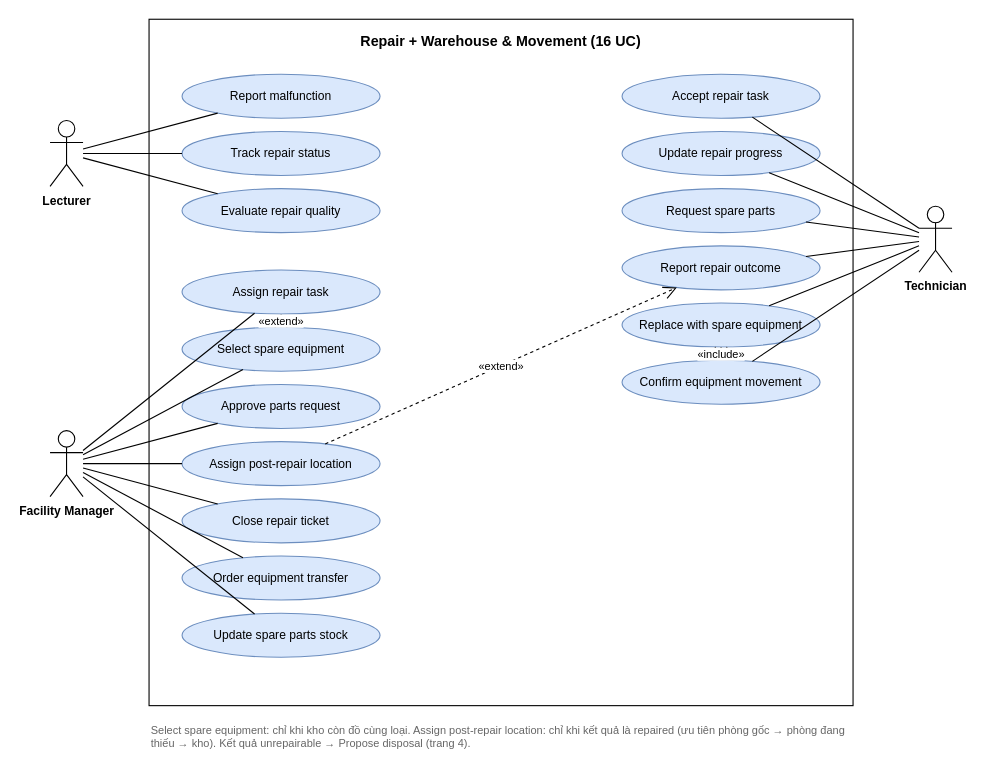
Above: page "3. Lecturer" (3 of 6) of Actor_UseCase.drawio in Hoang-124/Ruo (draw.io), before the change. Source tidied: cells renumbered, new cells numbered last; positions are measured from the earlier drawing's top-left corner, leaving out a move shared by most shapes. Both pictures are drawn from the tidied source at 110%, with x=0, y=0 at pixel (50, 19).
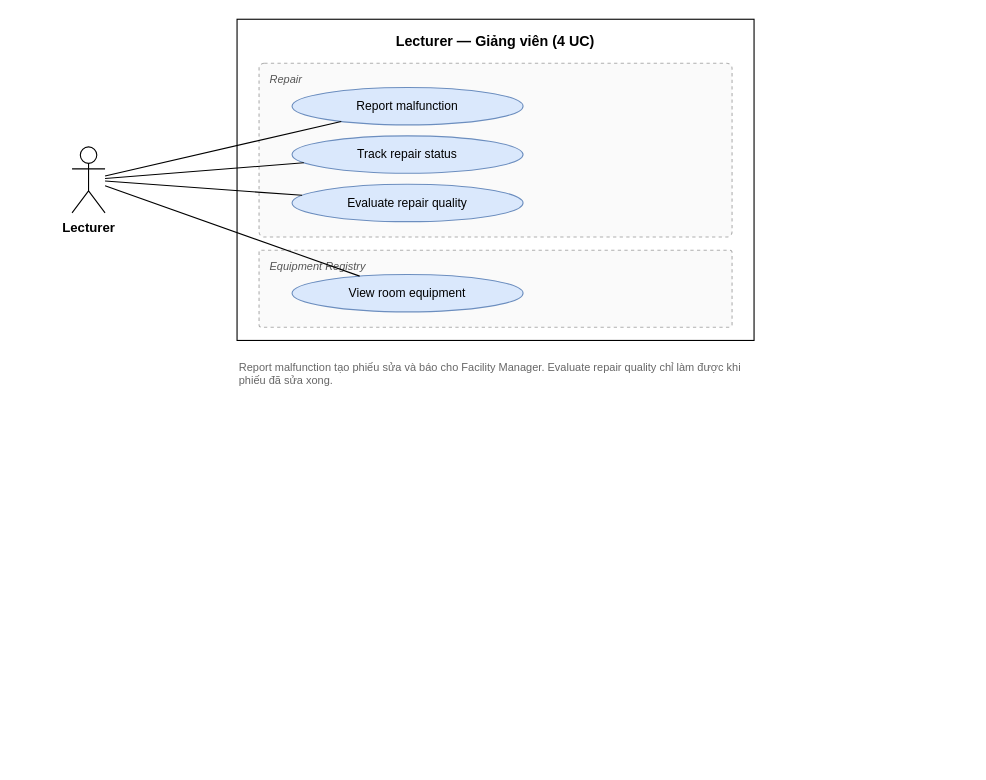
Above is the later version.

Change to the diagram source:
```diff
@@
-    <mxCell id="2" value="Repair + Warehouse &amp; Movement (16 UC)" style="rounded=0;whiteSpace=wrap;html=1;fillColor=none;verticalAlign=top;align=center;fontSize=13;fontStyle=1;spacingTop=6;" parent="1" vertex="1">
-      <mxGeometry x="90" width="640" height="624" as="geometry" />
+    <mxCell id="2" value="Lecturer — Giảng viên (4 UC)" style="rounded=0;whiteSpace=wrap;html=1;fillColor=none;verticalAlign=top;align=center;fontSize=13;fontStyle=1;spacingTop=6;" parent="1" vertex="1">
+      <mxGeometry x="170" width="470" height="292" as="geometry" />
     </mxCell>
+    <mxCell id="42" value="Repair" style="ruoFrame=1;rounded=1;arcSize=3;whiteSpace=wrap;html=1;dashed=1;fillColor=#fafafa;strokeColor=#b0b0b0;verticalAlign=top;align=left;spacingLeft=8;spacingTop=2;fontSize=10;fontStyle=2;fontColor=#555555;" parent="1" vertex="1">
+      <mxGeometry x="190" y="40" width="430" height="158" as="geometry" />
+    </mxCell>
+    <mxCell id="43" value="Equipment Registry" style="ruoFrame=1;rounded=1;arcSize=3;whiteSpace=wrap;html=1;dashed=1;fillColor=#fafafa;strokeColor=#b0b0b0;verticalAlign=top;align=left;spacingLeft=8;spacingTop=2;fontSize=10;fontStyle=2;fontColor=#555555;" parent="1" vertex="1">
+      <mxGeometry x="190" y="210" width="430" height="70" as="geometry" />
+    </mxCell>
     <mxCell id="3" value="Report malfunction" style="ellipse;whiteSpace=wrap;html=1;fontSize=11;fillColor=#dae8fc;strokeColor=#6c8ebf;" parent="1" vertex="1">
-      <mxGeometry x="120" y="50" width="180" height="40" as="geometry" />
+      <mxGeometry x="220" y="62" width="210" height="34" as="geometry" />
     </mxCell>
     <mxCell id="4" value="Track repair status" style="ellipse;whiteSpace=wrap;html=1;fontSize=11;fillColor=#dae8fc;strokeColor=#6c8ebf;" parent="1" vertex="1">
-      <mxGeometry x="120" y="102" width="180" height="40" as="geometry" />
+      <mxGeometry x="220" y="106" width="210" height="34" as="geometry" />
     </mxCell>
     <mxCell id="5" value="Evaluate repair quality" style="ellipse;whiteSpace=wrap;html=1;fontSize=11;fillColor=#dae8fc;strokeColor=#6c8ebf;" parent="1" vertex="1">
-      <mxGeometry x="120" y="154" width="180" height="40" as="geometry" />
+      <mxGeometry x="220" y="150" width="210" height="34" as="geometry" />
     </mxCell>
+    <mxCell id="21" value="View room equipment" style="ellipse;whiteSpace=wrap;html=1;fontSize=11;fillColor=#dae8fc;strokeColor=#6c8ebf;" parent="1" vertex="1">
+      <mxGeometry x="220" y="232" width="210" height="34" as="geometry" />
+    </mxCell>
-    <mxCell id="6" value="Lecturer" style="shape=umlActor;verticalLabelPosition=bottom;verticalAlign=top;html=1;outlineConnect=0;fontSize=11;fontStyle=1;" parent="1" vertex="1">
-      <mxGeometry y="92" width="30" height="60" as="geometry" />
+    <mxCell id="6" value="Lecturer" style="shape=umlActor;verticalLabelPosition=bottom;verticalAlign=top;html=1;outlineConnect=0;fontSize=12;fontStyle=1;" parent="1" vertex="1">
+      <mxGeometry x="20" y="116" width="30" height="60" as="geometry" />
     </mxCell>
@@
-    <mxCell id="10" value="Assign repair task" style="ellipse;whiteSpace=wrap;html=1;fontSize=11;fillColor=#dae8fc;strokeColor=#6c8ebf;" parent="1" vertex="1">
-      <mxGeometry x="120" y="228" width="180" height="40" as="geometry" />
-    </mxCell>
-    <mxCell id="11" value="Select spare equipment" style="ellipse;whiteSpace=wrap;html=1;fontSize=11;fillColor=#dae8fc;strokeColor=#6c8ebf;" parent="1" vertex="1">
-      <mxGeometry x="120" y="280" width="180" height="40" as="geometry" />
-    </mxCell>
-    <mxCell id="12" value="Approve parts request" style="ellipse;whiteSpace=wrap;html=1;fontSize=11;fillColor=#dae8fc;strokeColor=#6c8ebf;" parent="1" vertex="1">
-      <mxGeometry x="120" y="332" width="180" height="40" as="geometry" />
-    </mxCell>
-    <mxCell id="13" value="Assign post-repair location" style="ellipse;whiteSpace=wrap;html=1;fontSize=11;fillColor=#dae8fc;strokeColor=#6c8ebf;" parent="1" vertex="1">
-      <mxGeometry x="120" y="384" width="180" height="40" as="geometry" />
-    </mxCell>
-    <mxCell id="14" value="Close repair ticket" style="ellipse;whiteSpace=wrap;html=1;fontSize=11;fillColor=#dae8fc;strokeColor=#6c8ebf;" parent="1" vertex="1">
-      <mxGeometry x="120" y="436" width="180" height="40" as="geometry" />
-    </mxCell>
-    <mxCell id="15" value="Order equipment transfer" style="ellipse;whiteSpace=wrap;html=1;fontSize=11;fillColor=#dae8fc;strokeColor=#6c8ebf;" parent="1" vertex="1">
-      <mxGeometry x="120" y="488" width="180" height="40" as="geometry" />
-    </mxCell>
-    <mxCell id="16" value="Update spare parts stock" style="ellipse;whiteSpace=wrap;html=1;fontSize=11;fillColor=#dae8fc;strokeColor=#6c8ebf;" parent="1" vertex="1">
-      <mxGeometry x="120" y="540" width="180" height="40" as="geometry" />
-    </mxCell>
-    <mxCell id="17" value="Facility Manager" style="shape=umlActor;verticalLabelPosition=bottom;verticalAlign=top;html=1;outlineConnect=0;fontSize=11;fontStyle=1;" parent="1" vertex="1">
-      <mxGeometry y="374" width="30" height="60" as="geometry" />
-    </mxCell>
-    <mxCell id="18" style="endArrow=none;html=1;rounded=0;" parent="1" edge="1" source="17" target="10">
+    <mxCell id="18" style="endArrow=none;html=1;rounded=0;" parent="1" edge="1" source="6" target="21">
       <mxGeometry relative="1" as="geometry" />
     </mxCell>
-    <mxCell id="19" style="endArrow=none;html=1;rounded=0;" parent="1" edge="1" source="17" target="11">
-      <mxGeometry relative="1" as="geometry" />
-    </mxCell>
-    <mxCell id="20" style="endArrow=none;html=1;rounded=0;" parent="1" edge="1" source="17" target="12">
-      <mxGeometry relative="1" as="geometry" />
-    </mxCell>
-    <mxCell id="21" style="endArrow=none;html=1;rounded=0;" parent="1" edge="1" source="17" target="13">
-      <mxGeometry relative="1" as="geometry" />
-    </mxCell>
-    <mxCell id="22" style="endArrow=none;html=1;rounded=0;" parent="1" edge="1" source="17" target="14">
-      <mxGeometry relative="1" as="geometry" />
-    </mxCell>
-    <mxCell id="23" style="endArrow=none;html=1;rounded=0;" parent="1" edge="1" source="17" target="15">
-      <mxGeometry relative="1" as="geometry" />
-    </mxCell>
-    <mxCell id="24" style="endArrow=none;html=1;rounded=0;" parent="1" edge="1" source="17" target="16">
-      <mxGeometry relative="1" as="geometry" />
-    </mxCell>
-    <mxCell id="25" value="Accept repair task" style="ellipse;whiteSpace=wrap;html=1;fontSize=11;fillColor=#dae8fc;strokeColor=#6c8ebf;" parent="1" vertex="1">
-      <mxGeometry x="520" y="50" width="180" height="40" as="geometry" />
-    </mxCell>
-    <mxCell id="26" value="Update repair progress" style="ellipse;whiteSpace=wrap;html=1;fontSize=11;fillColor=#dae8fc;strokeColor=#6c8ebf;" parent="1" vertex="1">
-      <mxGeometry x="520" y="102" width="180" height="40" as="geometry" />
-    </mxCell>
-    <mxCell id="27" value="Request spare parts" style="ellipse;whiteSpace=wrap;html=1;fontSize=11;fillColor=#dae8fc;strokeColor=#6c8ebf;" parent="1" vertex="1">
-      <mxGeometry x="520" y="154" width="180" height="40" as="geometry" />
-    </mxCell>
-    <mxCell id="28" value="Report repair outcome" style="ellipse;whiteSpace=wrap;html=1;fontSize=11;fillColor=#dae8fc;strokeColor=#6c8ebf;" parent="1" vertex="1">
-      <mxGeometry x="520" y="206" width="180" height="40" as="geometry" />
-    </mxCell>
-    <mxCell id="29" value="Replace with spare equipment" style="ellipse;whiteSpace=wrap;html=1;fontSize=11;fillColor=#dae8fc;strokeColor=#6c8ebf;" parent="1" vertex="1">
-      <mxGeometry x="520" y="258" width="180" height="40" as="geometry" />
-    </mxCell>
-    <mxCell id="30" value="Confirm equipment movement" style="ellipse;whiteSpace=wrap;html=1;fontSize=11;fillColor=#dae8fc;strokeColor=#6c8ebf;" parent="1" vertex="1">
-      <mxGeometry x="520" y="310" width="180" height="40" as="geometry" />
-    </mxCell>
-    <mxCell id="31" value="Technician" style="shape=umlActor;verticalLabelPosition=bottom;verticalAlign=top;html=1;outlineConnect=0;fontSize=11;fontStyle=1;" parent="1" vertex="1">
-      <mxGeometry x="790" y="170" width="30" height="60" as="geometry" />
-    </mxCell>
-    <mxCell id="32" style="endArrow=none;html=1;rounded=0;" parent="1" edge="1" source="31" target="25">
-      <mxGeometry relative="1" as="geometry" />
-    </mxCell>
-    <mxCell id="33" style="endArrow=none;html=1;rounded=0;" parent="1" edge="1" source="31" target="26">
-      <mxGeometry relative="1" as="geometry" />
-    </mxCell>
-    <mxCell id="34" style="endArrow=none;html=1;rounded=0;" parent="1" edge="1" source="31" target="27">
-      <mxGeometry relative="1" as="geometry" />
-    </mxCell>
-    <mxCell id="35" style="endArrow=none;html=1;rounded=0;" parent="1" edge="1" source="31" target="28">
-      <mxGeometry relative="1" as="geometry" />
-    </mxCell>
-    <mxCell id="36" style="endArrow=none;html=1;rounded=0;" parent="1" edge="1" source="31" target="29">
-      <mxGeometry relative="1" as="geometry" />
-    </mxCell>
-    <mxCell id="37" style="endArrow=none;html=1;rounded=0;" parent="1" edge="1" source="31" target="30">
-      <mxGeometry relative="1" as="geometry" />
-    </mxCell>
-    <mxCell id="38" value="«extend»" style="endArrow=open;endSize=10;dashed=1;html=1;rounded=0;fontSize=10;labelBackgroundColor=#ffffff;" parent="1" edge="1" source="11" target="10">
-      <mxGeometry relative="1" as="geometry" />
-    </mxCell>
-    <mxCell id="39" value="«extend»" style="endArrow=open;endSize=10;dashed=1;html=1;rounded=0;fontSize=10;labelBackgroundColor=#ffffff;" parent="1" edge="1" source="13" target="28">
-      <mxGeometry relative="1" as="geometry" />
-    </mxCell>
-    <mxCell id="40" value="«include»" style="endArrow=open;endSize=10;dashed=1;html=1;rounded=0;fontSize=10;labelBackgroundColor=#ffffff;" parent="1" edge="1" source="29" target="30">
-      <mxGeometry relative="1" as="geometry" />
-    </mxCell>
-    <mxCell id="41" value="Select spare equipment: chỉ khi kho còn đồ cùng loại. Assign post-repair location: chỉ khi kết quả là repaired (ưu tiên phòng gốc → phòng đang thiếu → kho). Kết quả unrepairable → Propose disposal (trang 4)." style="text;html=1;align=left;verticalAlign=top;fontSize=10;fontColor=#666666;whiteSpace=wrap;" parent="1" vertex="1">
-      <mxGeometry x="90" y="634" width="640" height="40" as="geometry" />
+    <mxCell id="41" value="Report malfunction tạo phiếu sửa và báo cho Facility Manager. Evaluate repair quality chỉ làm được khi phiếu đã sửa xong." style="text;html=1;align=left;verticalAlign=top;fontSize=10;fontColor=#666666;whiteSpace=wrap;" parent="1" vertex="1">
+      <mxGeometry x="170" y="304" width="470" height="60" as="geometry" />
     </mxCell>
```
